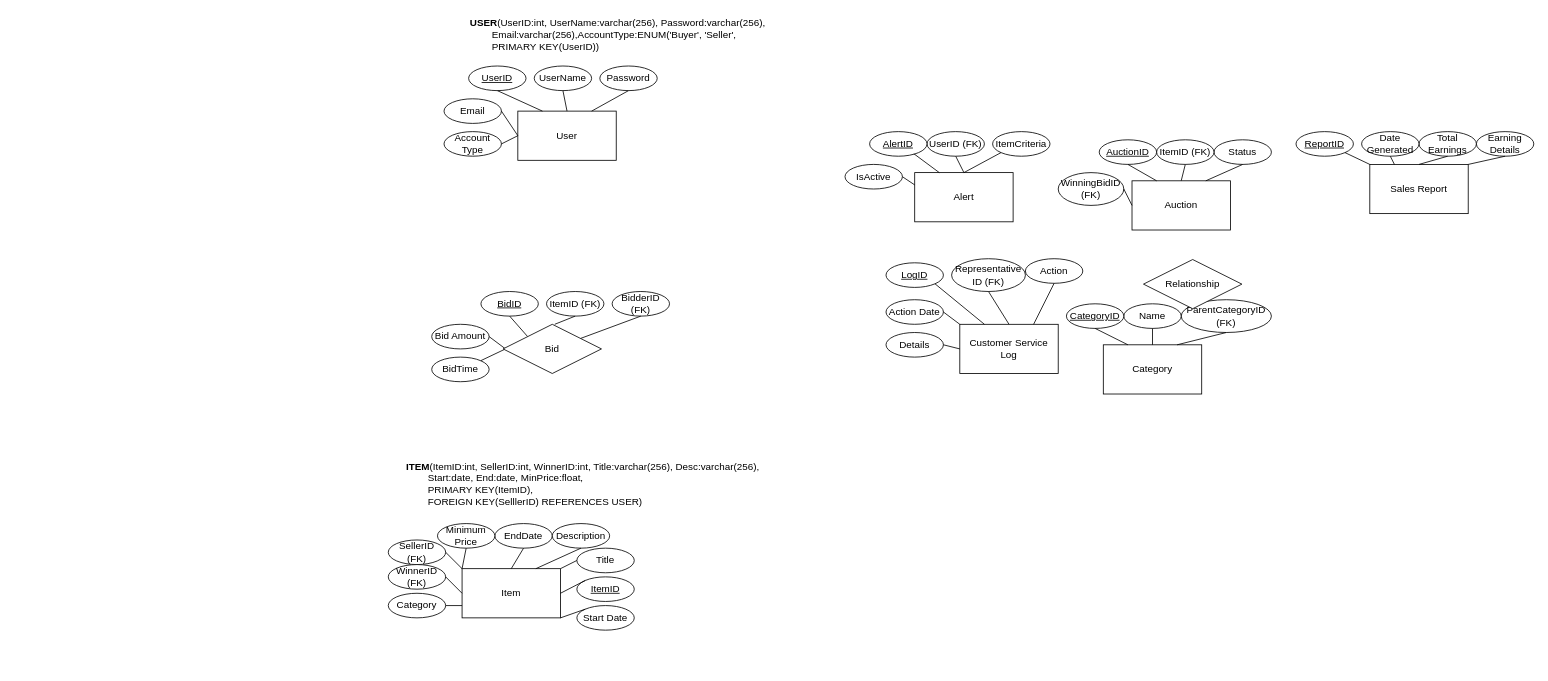
This is Project1ER.drawio from Swoopi/PrinInfo, a draw.io file, before an edit. Source tidied: cells renumbered, new cells numbered last; positions are measured from the earlier drawing's top-left corner, leaving out a move shared by most shapes. Both pictures are drawn from the tidied source at 82%, with x=0, y=0 at pixel (388, 14).
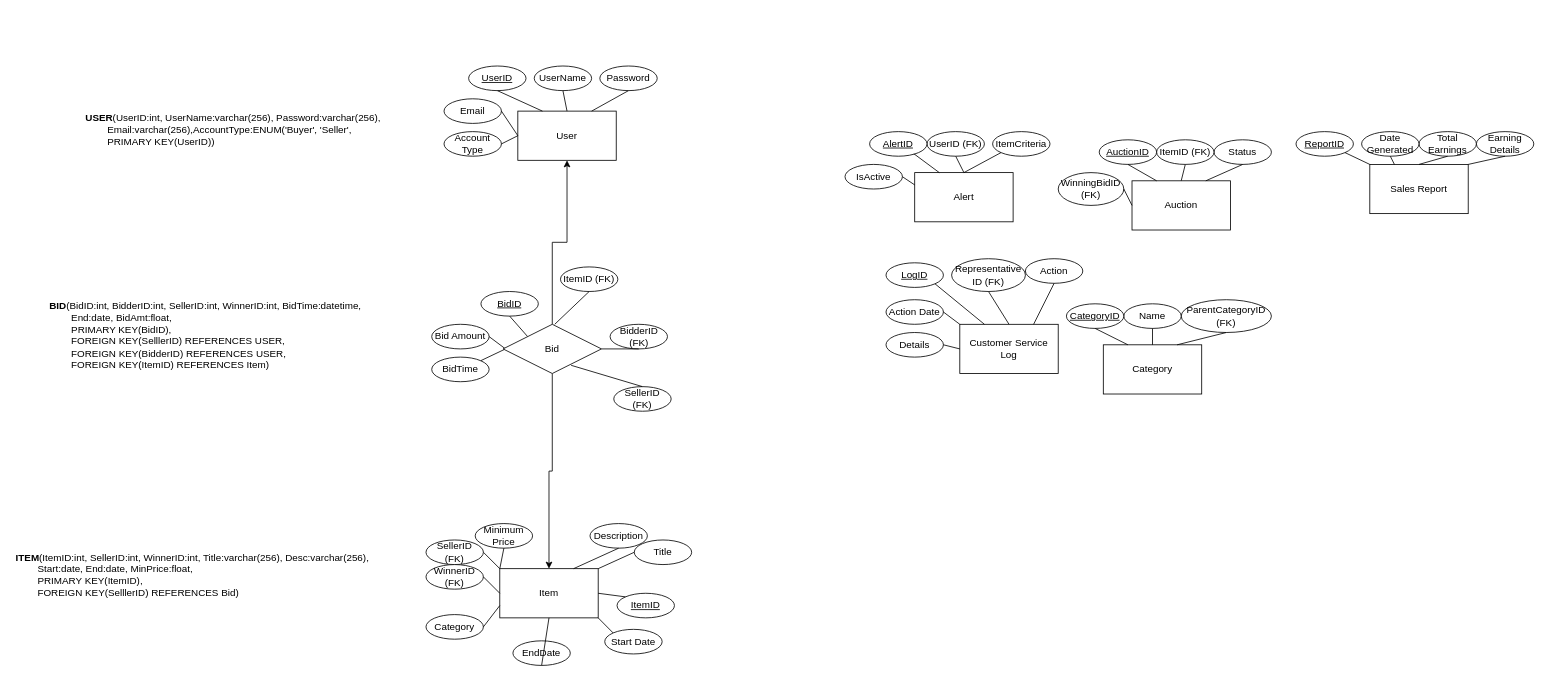
Above is the later version.

Commit message:
Added Schema - Bid

Unchanged cells that the change refers to:
```xml
<mxCell id="78" value="User" style="rounded=0;whiteSpace=wrap;html=1;" parent="77" vertex="1">
  <mxGeometry x="90" y="55" width="120" height="60" as="geometry" />
</mxCell>
<mxCell id="91" value="Bid" style="shape=rhombus;perimeter=rhombusPerimeter;whiteSpace=wrap;html=1;align=center;" parent="1" vertex="1">
  <mxGeometry x="140" y="378" width="120" height="60" as="geometry" />
</mxCell>
```

Diff of the diagram source:
```diff
@@
     <mxCell id="2" value="Item" style="rounded=0;whiteSpace=wrap;html=1;" parent="1" vertex="1">
-      <mxGeometry x="90" y="676" width="120" height="60" as="geometry" />
+      <mxGeometry x="136" y="676" width="120" height="60" as="geometry" />
     </mxCell>
@@
     <mxCell id="8" value="Start Date" style="ellipse;whiteSpace=wrap;html=1;" parent="1" vertex="1">
-      <mxGeometry x="230" y="721" width="70" height="30" as="geometry" />
+      <mxGeometry x="264" y="750" width="70" height="30" as="geometry" />
     </mxCell>
@@
     <mxCell id="10" value="EndDate" style="ellipse;whiteSpace=wrap;html=1;" parent="1" vertex="1">
-      <mxGeometry x="130" y="621" width="70" height="30" as="geometry" />
+      <mxGeometry x="152" y="764" width="70" height="30" as="geometry" />
     </mxCell>
     <mxCell id="11" value="ItemID (FK)" style="ellipse;whiteSpace=wrap;html=1;" parent="1" vertex="1">
-      <mxGeometry x="193" y="338" width="70" height="30" as="geometry" />
+      <mxGeometry x="210" y="308" width="70" height="30" as="geometry" />
     </mxCell>
@@
     <mxCell id="13" value="BidderID (FK)" style="ellipse;whiteSpace=wrap;html=1;" parent="1" vertex="1">
-      <mxGeometry x="273" y="338" width="70" height="30" as="geometry" />
+      <mxGeometry x="270.5" y="378" width="70" height="30" as="geometry" />
     </mxCell>
@@
     <mxCell id="15" value="Category" style="ellipse;whiteSpace=wrap;html=1;" parent="1" vertex="1">
-      <mxGeometry y="706" width="70" height="30" as="geometry" />
+      <mxGeometry x="46" y="732" width="70" height="30" as="geometry" />
     </mxCell>
     <mxCell id="16" value="Description" style="ellipse;whiteSpace=wrap;html=1;" parent="1" vertex="1">
-      <mxGeometry x="200" y="621" width="70" height="30" as="geometry" />
+      <mxGeometry x="246" y="621" width="70" height="30" as="geometry" />
     </mxCell>
     <mxCell id="17" value="Title" style="ellipse;whiteSpace=wrap;html=1;" parent="1" vertex="1">
-      <mxGeometry x="230" y="651" width="70" height="30" as="geometry" />
+      <mxGeometry x="300" y="641" width="70" height="30" as="geometry" />
     </mxCell>
     <mxCell id="18" value="&lt;u&gt;ItemID&lt;/u&gt;" style="ellipse;whiteSpace=wrap;html=1;" parent="1" vertex="1">
-      <mxGeometry x="230" y="686" width="70" height="30" as="geometry" />
+      <mxGeometry x="279" y="706" width="70" height="30" as="geometry" />
     </mxCell>
@@
-    <mxCell id="23" style="endArrow=none;html=1;rounded=0;entryX=0.5;entryY=1;entryDx=0;entryDy=0;exitX=0.5;exitY=0;exitDx=0;exitDy=0;" parent="1" edge="1" source="2" target="10">
+    <mxCell id="23" style="endArrow=none;html=1;rounded=0;entryX=0.5;entryY=1;entryDx=0;entryDy=0;exitX=0.5;exitY=1;exitDx=0;exitDy=0;" parent="1" edge="1" source="2" target="10">
       <mxGeometry relative="1" as="geometry" />
     </mxCell>
@@
     <mxCell id="25" value="Minimum Price" style="ellipse;whiteSpace=wrap;html=1;" parent="1" vertex="1">
-      <mxGeometry x="60" y="621" width="70" height="30" as="geometry" />
+      <mxGeometry x="106" y="621" width="70" height="30" as="geometry" />
     </mxCell>
@@
     <mxCell id="27" value="SellerID (FK)" style="ellipse;whiteSpace=wrap;html=1;" parent="1" vertex="1">
-      <mxGeometry y="641" width="70" height="30" as="geometry" />
+      <mxGeometry x="46" y="641" width="70" height="30" as="geometry" />
     </mxCell>
     <mxCell id="28" value="WinnerID (FK)" style="ellipse;whiteSpace=wrap;html=1;" parent="1" vertex="1">
-      <mxGeometry y="671" width="70" height="30" as="geometry" />
+      <mxGeometry x="46" y="671" width="70" height="30" as="geometry" />
     </mxCell>
@@
     <mxCell id="76" value="&lt;b&gt;USER&lt;/b&gt;(UserID:int, UserName:varchar(256), Password:varchar(256), &lt;span style=&quot;white-space: pre;&quot;&gt;&#9;&lt;/span&gt;Email:varchar(256),AccountType:ENUM('Buyer', 'Seller',&lt;div&gt;&lt;span style=&quot;white-space: pre;&quot;&gt;&#9;&lt;/span&gt;PRIMARY KEY(UserID))&lt;/div&gt;" style="text;html=1;align=left;verticalAlign=middle;whiteSpace=wrap;rounded=0;" parent="1" vertex="1">
-      <mxGeometry x="98" width="415" height="50" as="geometry" />
+      <mxGeometry x="-371" y="116" width="415" height="50" as="geometry" />
     </mxCell>
@@
-    <mxCell id="89" value="&lt;b&gt;ITEM&lt;/b&gt;(ItemID:int, SellerID:int, WinnerID:int, Title:varchar(256&lt;span style=&quot;background-color: initial;&quot;&gt;),&amp;nbsp;&lt;/span&gt;Desc:varchar(256&lt;span style=&quot;background-color: initial;&quot;&gt;), &lt;span style=&quot;white-space: pre;&quot;&gt;&#9;&lt;/span&gt;Start:date, End:date, MinPrice:float,&lt;/span&gt;&lt;div&gt;&lt;span style=&quot;background-color: initial;&quot;&gt;&lt;span style=&quot;white-space: pre;&quot;&gt;&#9;&lt;/span&gt;PRIMARY KEY(ItemID),&lt;/span&gt;&lt;/div&gt;&lt;div&gt;&lt;span style=&quot;background-color: initial;&quot;&gt;&lt;span style=&quot;white-space: pre;&quot;&gt;&#9;&lt;/span&gt;FOREIGN KEY(SelllerID) REFERENCES USER)&lt;/span&gt;&lt;/div&gt;&lt;div&gt;&lt;span style=&quot;background-color: initial;&quot;&gt;&lt;br&gt;&lt;/span&gt;&lt;/div&gt;" style="text;html=1;align=left;verticalAlign=middle;whiteSpace=wrap;rounded=0;" parent="1" vertex="1">
-      <mxGeometry x="19.5" y="555" width="450.5" height="50" as="geometry" />
+    <mxCell id="89" value="&lt;b&gt;ITEM&lt;/b&gt;(ItemID:int, SellerID:int, WinnerID:int, Title:varchar(256&lt;span style=&quot;background-color: initial;&quot;&gt;),&amp;nbsp;&lt;/span&gt;Desc:varchar(256&lt;span style=&quot;background-color: initial;&quot;&gt;), &lt;span style=&quot;white-space: pre;&quot;&gt;&#9;&lt;/span&gt;Start:date, End:date, MinPrice:float,&lt;/span&gt;&lt;div&gt;&lt;span style=&quot;background-color: initial;&quot;&gt;&lt;span style=&quot;white-space: pre;&quot;&gt;&#9;&lt;/span&gt;PRIMARY KEY(ItemID),&lt;/span&gt;&lt;/div&gt;&lt;div&gt;&lt;span style=&quot;background-color: initial;&quot;&gt;&lt;span style=&quot;white-space: pre;&quot;&gt;&#9;&lt;/span&gt;FOREIGN KEY(SelllerID) REFERENCES Bid)&lt;/span&gt;&lt;/div&gt;&lt;div&gt;&lt;span style=&quot;background-color: initial;&quot;&gt;&lt;br&gt;&lt;/span&gt;&lt;/div&gt;" style="text;html=1;align=left;verticalAlign=middle;whiteSpace=wrap;rounded=0;" parent="1" vertex="1">
+      <mxGeometry x="-456" y="666" width="450.5" height="50" as="geometry" />
     </mxCell>
-    <mxCell id="90" value="Relationship" style="shape=rhombus;perimeter=rhombusPerimeter;whiteSpace=wrap;html=1;align=center;" parent="1" vertex="1">
-      <mxGeometry x="921" y="299" width="120" height="60" as="geometry" />
-    </mxCell>
+    <mxCell id="92" style="edgeStyle=orthogonalEdgeStyle;rounded=0;jettySize=auto;html=1;exitX=0.5;exitY=1;exitDx=0;exitDy=0;" parent="1" edge="1" source="91" target="2">
+      <mxGeometry relative="1" as="geometry" />
+    </mxCell>
+    <mxCell id="93" style="edgeStyle=orthogonalEdgeStyle;rounded=0;jettySize=auto;html=1;exitX=0.5;exitY=0;exitDx=0;exitDy=0;" parent="1" edge="1" source="91" target="78">
+      <mxGeometry relative="1" as="geometry" />
+    </mxCell>
@@
+    <mxCell id="94" value="&lt;b&gt;BID&lt;/b&gt;(BidID:int, BidderID:int,&amp;nbsp;SellerID:int, WinnerID:int, &lt;span style=&quot;background-color: initial;&quot;&gt;BidTime:datetime, &lt;span style=&quot;white-space: pre;&quot;&gt;&#9;&lt;/span&gt;End:date, BidAmt:float,&lt;/span&gt;&lt;div&gt;&lt;span style=&quot;background-color: initial;&quot;&gt;&lt;span style=&quot;white-space: pre;&quot;&gt;&#9;&lt;/span&gt;PRIMARY KEY(BidID),&lt;/span&gt;&lt;/div&gt;&lt;div&gt;&lt;span style=&quot;background-color: initial;&quot;&gt;&lt;span style=&quot;white-space: pre;&quot;&gt;&#9;&lt;/span&gt;FOREIGN KEY(SelllerID) REFERENCES USER,&amp;nbsp;&lt;/span&gt;&lt;/div&gt;&lt;div&gt;&lt;span style=&quot;background-color: initial;&quot;&gt;&lt;span style=&quot;white-space: pre;&quot;&gt;&#9;&lt;/span&gt;FOREIGN KEY(BidderID) REFERENCES USER,&lt;/span&gt;&lt;/div&gt;&lt;div&gt;&lt;span style=&quot;background-color: initial;&quot;&gt;&lt;span style=&quot;white-space: pre;&quot;&gt;&#9;&lt;/span&gt;FOREIGN KEY(ItemID) REFERENCES Item&lt;/span&gt;&lt;span style=&quot;background-color: initial;&quot;&gt;)&lt;/span&gt;&lt;/div&gt;&lt;div&gt;&lt;span style=&quot;background-color: initial;&quot;&gt;&lt;br&gt;&lt;/span&gt;&lt;/div&gt;" style="text;html=1;align=left;verticalAlign=middle;whiteSpace=wrap;rounded=0;" parent="1" vertex="1">
+      <mxGeometry x="-415" y="374" width="395" height="50" as="geometry" />
+    </mxCell>
+    <mxCell id="95" value="SellerID (FK)" style="ellipse;whiteSpace=wrap;html=1;" parent="1" vertex="1">
+      <mxGeometry x="275" y="454" width="70" height="30" as="geometry" />
+    </mxCell>
+    <mxCell id="96" style="endArrow=none;html=1;rounded=0;exitX=0.5;exitY=0;exitDx=0;exitDy=0;" parent="1" edge="1" source="95">
+      <mxGeometry relative="1" as="geometry">
+        <mxPoint x="223" y="428" as="targetPoint" />
+      </mxGeometry>
+    </mxCell>
```
